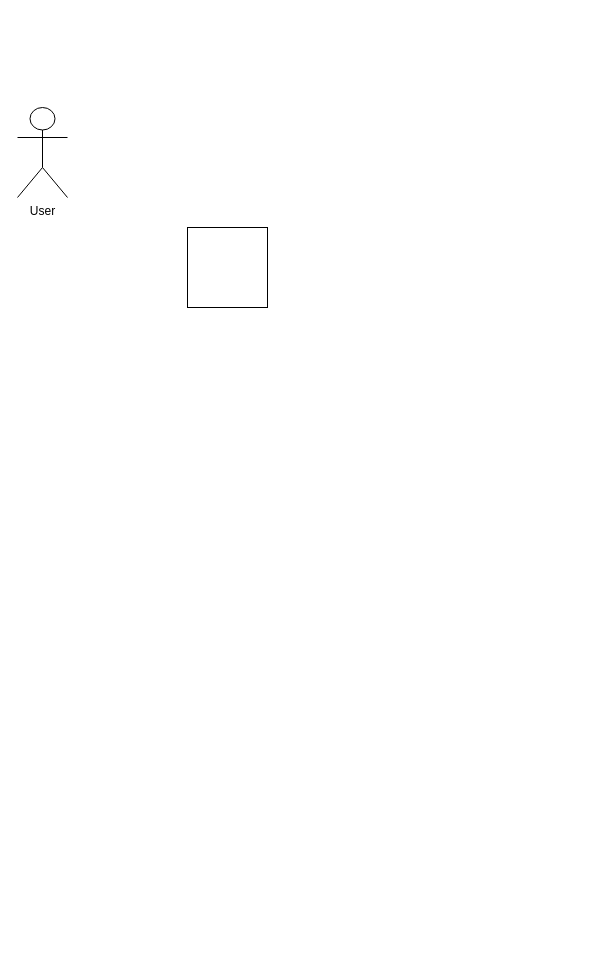
Before: USECASE.drawio in P0tion-seller/CS2212Team16, a draw.io diagram. Source tidied: cells renumbered, new cells numbered last; positions are measured from the earlier drawing's top-left corner, leaving out a move shared by most shapes. Both pictures are drawn from the tidied source at 100%, with x=0, y=0 at pixel (17, 107).
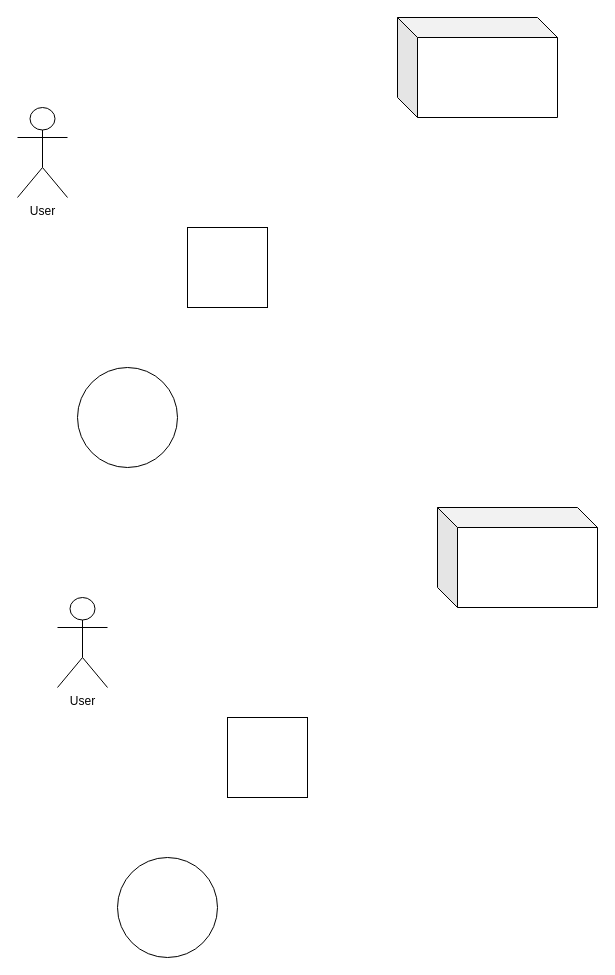
Above is the later version.

The edit, as a diff of the source:
```diff
@@
 <mxGraphModel>
   <root>
     <mxCell id="0" />
     <mxCell id="1" parent="0" />
     <mxCell id="2" value="User" style="shape=umlActor;verticalLabelPosition=bottom;verticalAlign=top;html=1;" parent="1" vertex="1">
       <mxGeometry width="50" height="90" as="geometry" />
     </mxCell>
     <mxCell id="3" style="whiteSpace=wrap;html=1;" parent="1" vertex="1">
       <mxGeometry x="170" y="120" width="80" height="80" as="geometry" />
     </mxCell>
+    <mxCell id="4" style="ellipse;whiteSpace=wrap;html=1;" parent="1" vertex="1">
+      <mxGeometry x="60" y="260" width="100" height="100" as="geometry" />
+    </mxCell>
+    <mxCell id="5" value="User" style="shape=umlActor;verticalLabelPosition=bottom;verticalAlign=top;html=1;" parent="1" vertex="1">
+      <mxGeometry x="40" y="490" width="50" height="90" as="geometry" />
+    </mxCell>
+    <mxCell id="6" style="shape=cube;whiteSpace=wrap;html=1;boundedLbl=1;backgroundOutline=1;darkOpacity=0.05;darkOpacity2=0.1;" parent="1" vertex="1">
+      <mxGeometry x="380" y="-90" width="160" height="100" as="geometry" />
+    </mxCell>
+    <mxCell id="7" style="whiteSpace=wrap;html=1;" parent="1" vertex="1">
+      <mxGeometry x="210" y="610" width="80" height="80" as="geometry" />
+    </mxCell>
+    <mxCell id="8" style="ellipse;whiteSpace=wrap;html=1;" parent="1" vertex="1">
+      <mxGeometry x="100" y="750" width="100" height="100" as="geometry" />
+    </mxCell>
+    <mxCell id="9" style="shape=cube;whiteSpace=wrap;html=1;boundedLbl=1;backgroundOutline=1;darkOpacity=0.05;darkOpacity2=0.1;" parent="1" vertex="1">
+      <mxGeometry x="420" y="400" width="160" height="100" as="geometry" />
+    </mxCell>
   </root>
 </mxGraphModel>
```
